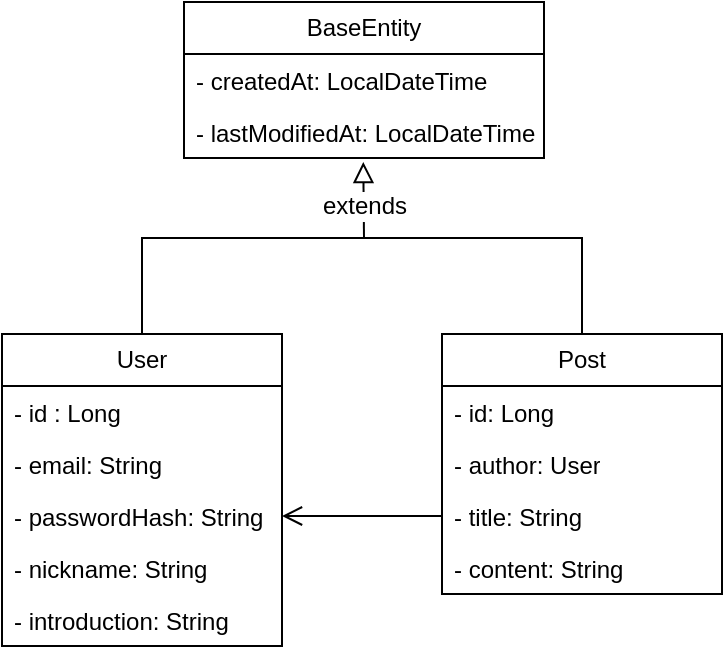
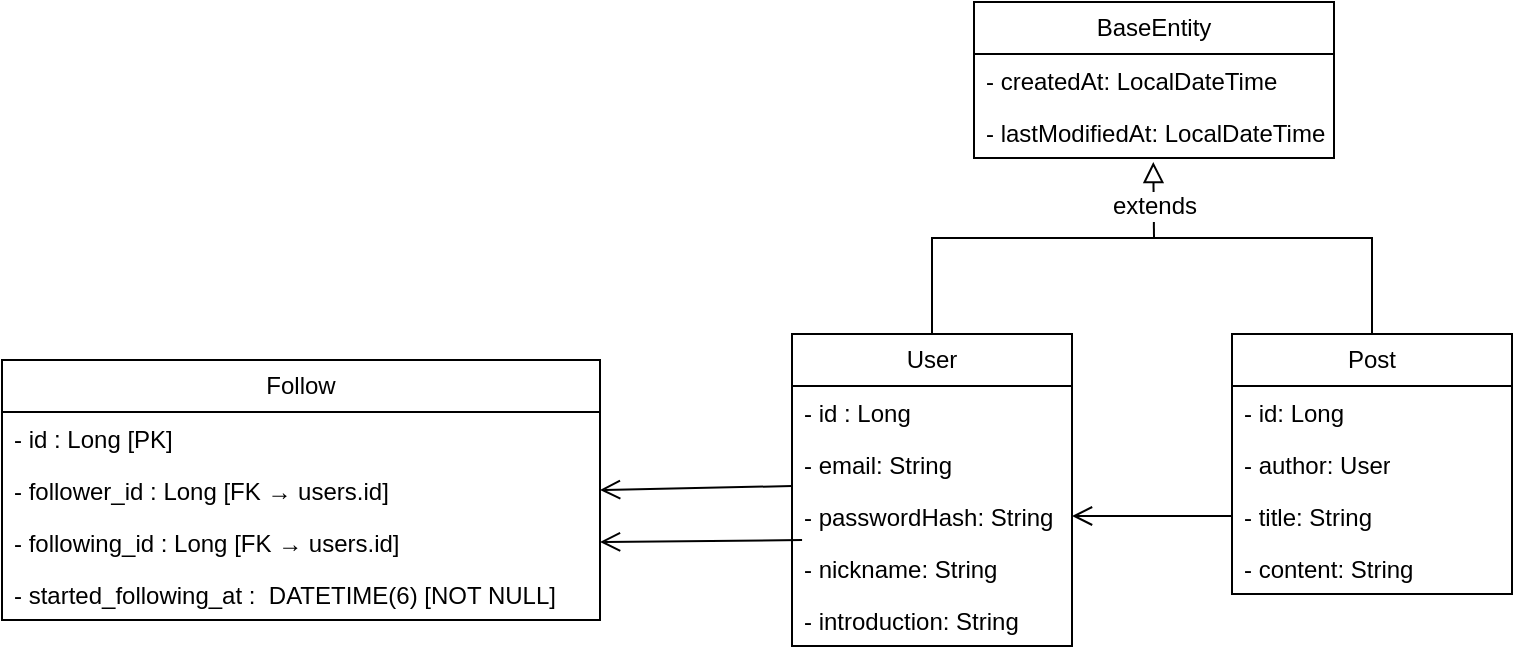
- <mxfile host="app.diagrams.net" agent="Mozilla/5.0 (Windows NT 10.0; Win64; x64) AppleWebKit/537.36 (KHTML, like Gecko) Chrome/136.0.0.0 Safari/537.36" version="27.0.9">
+ <mxfile host="drawio-plugin" agent="Mozilla/5.0 (Macintosh; Intel Mac OS X 10_15_7) AppleWebKit/537.36 (KHTML, like Gecko) Chrome/122.0.0.0 Safari/537.36" modified="2025-05-29T01:55:13.609Z" version="22.1.22" etag="y9rKlF-mqLzcREUr3D5l" type="embed">
  <diagram name="페이지-1" id="qdJbddIW_9dWHHW8n-yl">
-     <mxGraphModel dx="1105" dy="1211" grid="0" gridSize="10" guides="1" tooltips="1" connect="1" arrows="1" fold="1" page="0" pageScale="1" pageWidth="827" pageHeight="1169" math="0" shadow="0">
+     <mxGraphModel dx="2116" dy="1500" grid="0" gridSize="10" guides="1" tooltips="1" connect="1" arrows="1" fold="1" page="0" pageScale="1" pageWidth="827" pageHeight="1169" math="0" shadow="0">
      <root>
        <mxCell id="0" />
        <mxCell id="1" parent="0" />
        <mxCell id="TpLILzVWGaebTeJeHiBi-45" style="edgeStyle=elbowEdgeStyle;rounded=0;orthogonalLoop=1;jettySize=auto;html=1;exitX=0.5;exitY=0;exitDx=0;exitDy=0;fontSize=12;startSize=8;endSize=8;endArrow=none;startFill=0;" parent="1" source="TpLILzVWGaebTeJeHiBi-1" target="TpLILzVWGaebTeJeHiBi-38" edge="1">
          <mxGeometry relative="1" as="geometry">
            <Array as="points">
              <mxPoint x="220" y="-94" />
            </Array>
          </mxGeometry>
        </mxCell>
        <mxCell id="TpLILzVWGaebTeJeHiBi-1" value="Post" style="swimlane;fontStyle=0;childLayout=stackLayout;horizontal=1;startSize=26;fillColor=none;horizontalStack=0;resizeParent=1;resizeParentMax=0;resizeLast=0;collapsible=1;marginBottom=0;whiteSpace=wrap;html=1;" parent="1" vertex="1">
          <mxGeometry x="150" y="-85" width="140" height="130" as="geometry" />
        </mxCell>
        <mxCell id="TpLILzVWGaebTeJeHiBi-2" value="- id: Long&lt;div&gt;&lt;br&gt;&lt;/div&gt;" style="text;strokeColor=none;fillColor=none;align=left;verticalAlign=top;spacingLeft=4;spacingRight=4;overflow=hidden;rotatable=0;points=[[0,0.5],[1,0.5]];portConstraint=eastwest;whiteSpace=wrap;html=1;" parent="TpLILzVWGaebTeJeHiBi-1" vertex="1">
          <mxGeometry y="26" width="140" height="26" as="geometry" />
        </mxCell>
        <mxCell id="VlN0SkK0XIcAWpLSKb7j-1" value="&lt;div&gt;- author: User&lt;/div&gt;" style="text;strokeColor=none;fillColor=none;align=left;verticalAlign=top;spacingLeft=4;spacingRight=4;overflow=hidden;rotatable=0;points=[[0,0.5],[1,0.5]];portConstraint=eastwest;whiteSpace=wrap;html=1;" parent="TpLILzVWGaebTeJeHiBi-1" vertex="1">
          <mxGeometry y="52" width="140" height="26" as="geometry" />
        </mxCell>
        <mxCell id="TpLILzVWGaebTeJeHiBi-3" value="- title: String" style="text;strokeColor=none;fillColor=none;align=left;verticalAlign=top;spacingLeft=4;spacingRight=4;overflow=hidden;rotatable=0;points=[[0,0.5],[1,0.5]];portConstraint=eastwest;whiteSpace=wrap;html=1;" parent="TpLILzVWGaebTeJeHiBi-1" vertex="1">
          <mxGeometry y="78" width="140" height="26" as="geometry" />
        </mxCell>
        <mxCell id="TpLILzVWGaebTeJeHiBi-4" value="- content: String" style="text;strokeColor=none;fillColor=none;align=left;verticalAlign=top;spacingLeft=4;spacingRight=4;overflow=hidden;rotatable=0;points=[[0,0.5],[1,0.5]];portConstraint=eastwest;whiteSpace=wrap;html=1;" parent="TpLILzVWGaebTeJeHiBi-1" vertex="1">
          <mxGeometry y="104" width="140" height="26" as="geometry" />
        </mxCell>
        <mxCell id="TpLILzVWGaebTeJeHiBi-43" style="edgeStyle=elbowEdgeStyle;rounded=0;orthogonalLoop=1;jettySize=auto;html=1;exitX=0.5;exitY=0;exitDx=0;exitDy=0;fontSize=12;startSize=8;endSize=8;endArrow=none;startFill=0;" parent="1" source="TpLILzVWGaebTeJeHiBi-5" target="TpLILzVWGaebTeJeHiBi-38" edge="1">
          <mxGeometry relative="1" as="geometry">
            <Array as="points">
              <mxPoint y="-112" />
            </Array>
          </mxGeometry>
        </mxCell>
        <mxCell id="TpLILzVWGaebTeJeHiBi-5" value="User" style="swimlane;fontStyle=0;childLayout=stackLayout;horizontal=1;startSize=26;fillColor=none;horizontalStack=0;resizeParent=1;resizeParentMax=0;resizeLast=0;collapsible=1;marginBottom=0;whiteSpace=wrap;html=1;" parent="1" vertex="1">
          <mxGeometry x="-70" y="-85" width="140" height="156" as="geometry" />
        </mxCell>
        <mxCell id="TpLILzVWGaebTeJeHiBi-6" value="- id : Long" style="text;strokeColor=none;fillColor=none;align=left;verticalAlign=top;spacingLeft=4;spacingRight=4;overflow=hidden;rotatable=0;points=[[0,0.5],[1,0.5]];portConstraint=eastwest;whiteSpace=wrap;html=1;" parent="TpLILzVWGaebTeJeHiBi-5" vertex="1">
          <mxGeometry y="26" width="140" height="26" as="geometry" />
        </mxCell>
        <mxCell id="TpLILzVWGaebTeJeHiBi-7" value="- email: String" style="text;strokeColor=none;fillColor=none;align=left;verticalAlign=top;spacingLeft=4;spacingRight=4;overflow=hidden;rotatable=0;points=[[0,0.5],[1,0.5]];portConstraint=eastwest;whiteSpace=wrap;html=1;" parent="TpLILzVWGaebTeJeHiBi-5" vertex="1">
          <mxGeometry y="52" width="140" height="26" as="geometry" />
        </mxCell>
        <mxCell id="TpLILzVWGaebTeJeHiBi-8" value="- passwordHash: String&lt;div&gt;&lt;br&gt;&lt;/div&gt;" style="text;strokeColor=none;fillColor=none;align=left;verticalAlign=top;spacingLeft=4;spacingRight=4;overflow=hidden;rotatable=0;points=[[0,0.5],[1,0.5]];portConstraint=eastwest;whiteSpace=wrap;html=1;" parent="TpLILzVWGaebTeJeHiBi-5" vertex="1">
          <mxGeometry y="78" width="140" height="26" as="geometry" />
        </mxCell>
        <mxCell id="TpLILzVWGaebTeJeHiBi-20" value="- nickname: String" style="text;strokeColor=none;fillColor=none;align=left;verticalAlign=top;spacingLeft=4;spacingRight=4;overflow=hidden;rotatable=0;points=[[0,0.5],[1,0.5]];portConstraint=eastwest;whiteSpace=wrap;html=1;" parent="TpLILzVWGaebTeJeHiBi-5" vertex="1">
          <mxGeometry y="104" width="140" height="26" as="geometry" />
        </mxCell>
        <mxCell id="TpLILzVWGaebTeJeHiBi-17" value="&lt;div&gt;- introduction: String&lt;/div&gt;" style="text;strokeColor=none;fillColor=none;align=left;verticalAlign=top;spacingLeft=4;spacingRight=4;overflow=hidden;rotatable=0;points=[[0,0.5],[1,0.5]];portConstraint=eastwest;whiteSpace=wrap;html=1;" parent="TpLILzVWGaebTeJeHiBi-5" vertex="1">
          <mxGeometry y="130" width="140" height="26" as="geometry" />
        </mxCell>
        <mxCell id="TpLILzVWGaebTeJeHiBi-21" value="BaseEntity" style="swimlane;fontStyle=0;childLayout=stackLayout;horizontal=1;startSize=26;fillColor=none;horizontalStack=0;resizeParent=1;resizeParentMax=0;resizeLast=0;collapsible=1;marginBottom=0;whiteSpace=wrap;html=1;" parent="1" vertex="1">
          <mxGeometry x="21" y="-251" width="180" height="78" as="geometry" />
        </mxCell>
        <mxCell id="TpLILzVWGaebTeJeHiBi-22" value="- createdAt: LocalDateTime" style="text;strokeColor=none;fillColor=none;align=left;verticalAlign=top;spacingLeft=4;spacingRight=4;overflow=hidden;rotatable=0;points=[[0,0.5],[1,0.5]];portConstraint=eastwest;whiteSpace=wrap;html=1;" parent="TpLILzVWGaebTeJeHiBi-21" vertex="1">
          <mxGeometry y="26" width="180" height="26" as="geometry" />
        </mxCell>
        <mxCell id="TpLILzVWGaebTeJeHiBi-23" value="- lastModifiedAt: LocalDateTime" style="text;strokeColor=none;fillColor=none;align=left;verticalAlign=top;spacingLeft=4;spacingRight=4;overflow=hidden;rotatable=0;points=[[0,0.5],[1,0.5]];portConstraint=eastwest;whiteSpace=wrap;html=1;" parent="TpLILzVWGaebTeJeHiBi-21" vertex="1">
          <mxGeometry y="52" width="180" height="26" as="geometry" />
        </mxCell>
        <mxCell id="TpLILzVWGaebTeJeHiBi-37" style="edgeStyle=none;curved=1;rounded=0;orthogonalLoop=1;jettySize=auto;html=1;exitX=0;exitY=0.5;exitDx=0;exitDy=0;entryX=1;entryY=0.5;entryDx=0;entryDy=0;fontSize=12;startSize=8;endSize=8;endArrow=open;endFill=0;" parent="1" source="TpLILzVWGaebTeJeHiBi-3" target="TpLILzVWGaebTeJeHiBi-8" edge="1">
          <mxGeometry relative="1" as="geometry" />
        </mxCell>
        <mxCell id="TpLILzVWGaebTeJeHiBi-38" value="" style="shape=waypoint;sketch=0;size=6;pointerEvents=1;points=[];fillColor=none;resizable=0;rotatable=0;perimeter=centerPerimeter;snapToPoint=1;opacity=0;" parent="1" vertex="1">
          <mxGeometry x="101" y="-143" width="20" height="20" as="geometry" />
        </mxCell>
        <mxCell id="TpLILzVWGaebTeJeHiBi-46" style="edgeStyle=none;curved=1;rounded=0;orthogonalLoop=1;jettySize=auto;html=1;entryX=0.498;entryY=1.077;entryDx=0;entryDy=0;entryPerimeter=0;fontSize=12;startSize=8;endSize=8;endArrow=block;endFill=0;" parent="1" source="TpLILzVWGaebTeJeHiBi-38" target="TpLILzVWGaebTeJeHiBi-23" edge="1">
          <mxGeometry relative="1" as="geometry" />
        </mxCell>
        <mxCell id="TpLILzVWGaebTeJeHiBi-47" value="extends" style="edgeLabel;html=1;align=center;verticalAlign=middle;resizable=0;points=[];fontSize=12;" parent="TpLILzVWGaebTeJeHiBi-46" vertex="1" connectable="0">
          <mxGeometry x="-0.1576" relative="1" as="geometry">
            <mxPoint as="offset" />
          </mxGeometry>
        </mxCell>
+         <mxCell id="3" value="Follow" style="swimlane;fontStyle=0;childLayout=stackLayout;horizontal=1;startSize=26;fillColor=none;horizontalStack=0;resizeParent=1;resizeParentMax=0;resizeLast=0;collapsible=1;marginBottom=0;whiteSpace=wrap;html=1;" vertex="1" parent="1">
+           <mxGeometry x="-465" y="-72" width="299" height="130" as="geometry" />
+         </mxCell>
+         <mxCell id="4" value="- id : Long [PK]" style="text;strokeColor=none;fillColor=none;align=left;verticalAlign=top;spacingLeft=4;spacingRight=4;overflow=hidden;rotatable=0;points=[[0,0.5],[1,0.5]];portConstraint=eastwest;whiteSpace=wrap;html=1;" vertex="1" parent="3">
+           <mxGeometry y="26" width="299" height="26" as="geometry" />
+         </mxCell>
+         <mxCell id="5" value="- follower_id : Long&amp;nbsp;[FK → users.id]" style="text;strokeColor=none;fillColor=none;align=left;verticalAlign=top;spacingLeft=4;spacingRight=4;overflow=hidden;rotatable=0;points=[[0,0.5],[1,0.5]];portConstraint=eastwest;whiteSpace=wrap;html=1;" vertex="1" parent="3">
+           <mxGeometry y="52" width="299" height="26" as="geometry" />
+         </mxCell>
+         <mxCell id="6" value="- following_id : Long&amp;nbsp;[FK → users.id]" style="text;strokeColor=none;fillColor=none;align=left;verticalAlign=top;spacingLeft=4;spacingRight=4;overflow=hidden;rotatable=0;points=[[0,0.5],[1,0.5]];portConstraint=eastwest;whiteSpace=wrap;html=1;" vertex="1" parent="3">
+           <mxGeometry y="78" width="299" height="26" as="geometry" />
+         </mxCell>
+         <mxCell id="7" value="-&amp;nbsp;started_following_at :&amp;nbsp;&amp;nbsp;DATETIME(6) [NOT NULL]" style="text;strokeColor=none;fillColor=none;align=left;verticalAlign=top;spacingLeft=4;spacingRight=4;overflow=hidden;rotatable=0;points=[[0,0.5],[1,0.5]];portConstraint=eastwest;whiteSpace=wrap;html=1;" vertex="1" parent="3">
+           <mxGeometry y="104" width="299" height="26" as="geometry" />
+         </mxCell>
+         <mxCell id="12" style="edgeStyle=none;curved=1;rounded=0;orthogonalLoop=1;jettySize=auto;html=1;exitX=0.036;exitY=-0.038;exitDx=0;exitDy=0;entryX=1;entryY=0.5;entryDx=0;entryDy=0;fontSize=12;startSize=8;endSize=8;endArrow=open;endFill=0;exitPerimeter=0;" edge="1" parent="1" source="TpLILzVWGaebTeJeHiBi-20" target="6">
+           <mxGeometry relative="1" as="geometry">
+             <mxPoint x="-66" y="14" as="sourcePoint" />
+             <mxPoint x="-146" y="14" as="targetPoint" />
+           </mxGeometry>
+         </mxCell>
+         <mxCell id="13" style="edgeStyle=none;curved=1;rounded=0;orthogonalLoop=1;jettySize=auto;html=1;exitX=0;exitY=-0.077;exitDx=0;exitDy=0;entryX=1;entryY=0.5;entryDx=0;entryDy=0;fontSize=12;startSize=8;endSize=8;endArrow=open;endFill=0;exitPerimeter=0;" edge="1" parent="1" source="TpLILzVWGaebTeJeHiBi-8" target="5">
+           <mxGeometry relative="1" as="geometry">
+             <mxPoint x="-70" y="-20" as="sourcePoint" />
+             <mxPoint x="-166" y="-13" as="targetPoint" />
+             <Array as="points" />
+           </mxGeometry>
+         </mxCell>
      </root>
    </mxGraphModel>
  </diagram>
</mxfile>
